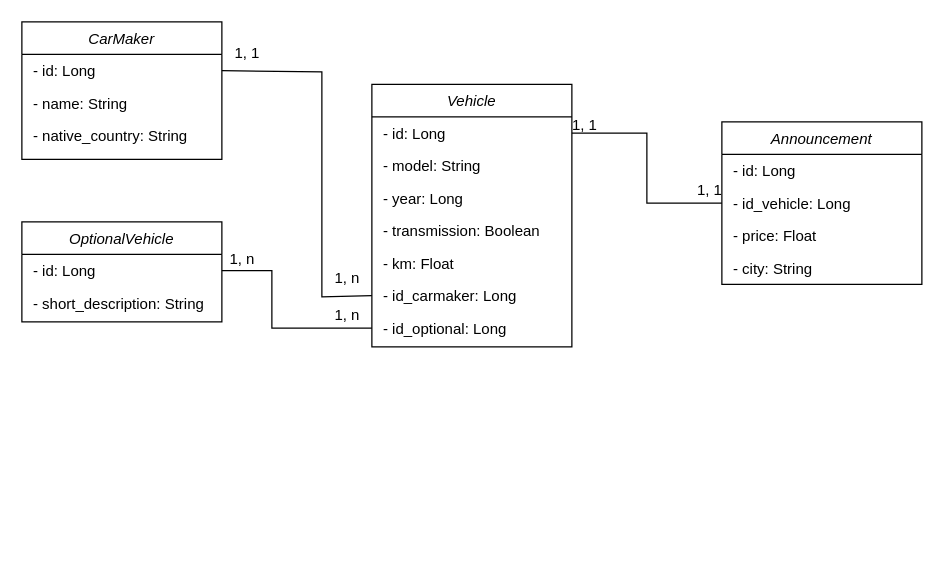
Before: MER_GMOTORS.drawio in nibiroo/GMotors, a draw.io diagram. Source tidied: cells renumbered, new cells numbered last; positions are measured from the earlier drawing's top-left corner, leaving out a move shared by most shapes. Both pictures are drawn from the tidied source at 125%, with x=0, y=0 at pixel (21, 21).
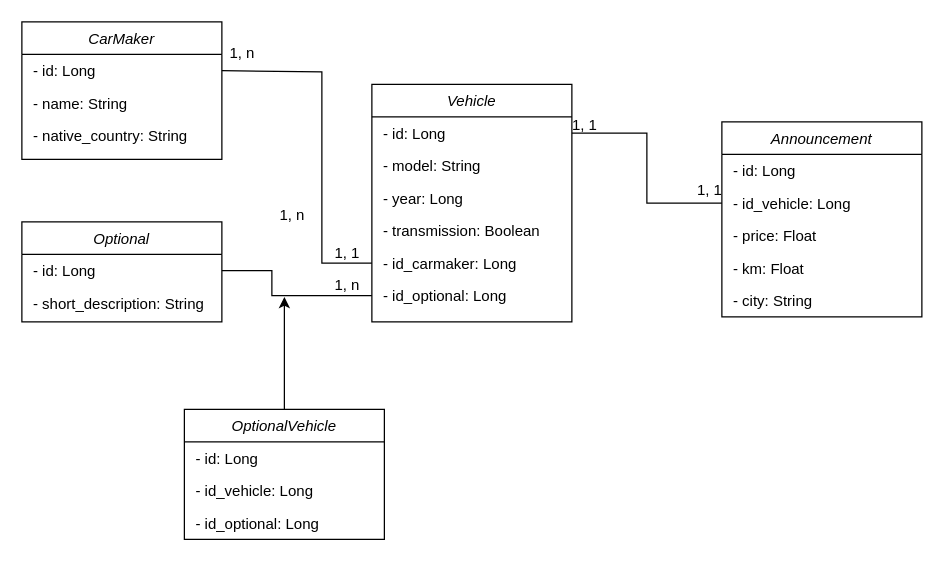
The same diagram, later.

Unchanged cells that the change refers to:
```xml
<mxCell id="3" value=" - id: Long" style="text;align=left;verticalAlign=top;spacingLeft=4;spacingRight=4;overflow=hidden;points=[[0,0.5],[1,0.5]];portConstraint=eastwest;" parent="2" vertex="1">
  <mxGeometry y="26" width="160" height="26" as="geometry" />
</mxCell>
<mxCell id="15" value=" - id: Long" style="text;align=left;verticalAlign=top;spacingLeft=4;spacingRight=4;overflow=hidden;points=[[0,0.5],[1,0.5]];portConstraint=eastwest;" parent="14" vertex="1">
  <mxGeometry y="26" width="160" height="26" as="geometry" />
</mxCell>
```

What changed in the source:
```diff
@@
     <mxCell id="6" value="Vehicle" style="swimlane;fontStyle=2;align=center;verticalAlign=top;horizontal=1;startSize=26;rounded=0;shadow=0;strokeWidth=1;" parent="1" vertex="1">
-      <mxGeometry x="280" y="50" width="160" height="210" as="geometry" />
+      <mxGeometry x="280" y="50" width="160" height="190" as="geometry" />
     </mxCell>
@@
-    <mxCell id="11" value=" - km: Float" style="text;align=left;verticalAlign=top;spacingLeft=4;spacingRight=4;overflow=hidden;rounded=0;shadow=0;html=0;" parent="6" vertex="1">
-      <mxGeometry y="130" width="160" height="26" as="geometry" />
-    </mxCell>
     <mxCell id="12" value=" - id_carmaker: Long" style="text;align=left;verticalAlign=top;spacingLeft=4;spacingRight=4;overflow=hidden;points=[[0,0.5],[1,0.5]];portConstraint=eastwest;rounded=0;shadow=0;html=0;" parent="6" vertex="1">
-      <mxGeometry y="156" width="160" height="26" as="geometry" />
+      <mxGeometry y="130" width="160" height="26" as="geometry" />
     </mxCell>
     <mxCell id="13" value=" - id_optional: Long" style="text;align=left;verticalAlign=top;spacingLeft=4;spacingRight=4;overflow=hidden;points=[[0,0.5],[1,0.5]];portConstraint=eastwest;rounded=0;shadow=0;html=0;" parent="6" vertex="1">
-      <mxGeometry y="182" width="160" height="26" as="geometry" />
+      <mxGeometry y="156" width="160" height="26" as="geometry" />
     </mxCell>
-    <mxCell id="14" value="OptionalVehicle" style="swimlane;fontStyle=2;align=center;verticalAlign=top;horizontal=1;startSize=26;rounded=0;shadow=0;strokeWidth=1;" parent="1" vertex="1">
+    <mxCell id="14" value="Optional" style="swimlane;fontStyle=2;align=center;verticalAlign=top;horizontal=1;startSize=26;rounded=0;shadow=0;strokeWidth=1;" parent="1" vertex="1">
       <mxGeometry y="160" width="160" height="80" as="geometry" />
     </mxCell>
@@
     <mxCell id="17" value="Announcement" style="swimlane;fontStyle=2;align=center;verticalAlign=top;horizontal=1;startSize=26;rounded=0;shadow=0;strokeWidth=1;" parent="1" vertex="1">
-      <mxGeometry x="560" y="80" width="160" height="130" as="geometry" />
+      <mxGeometry x="560" y="80" width="160" height="156" as="geometry" />
     </mxCell>
@@
+    <mxCell id="11" value=" - km: Float" style="text;align=left;verticalAlign=top;spacingLeft=4;spacingRight=4;overflow=hidden;rounded=0;shadow=0;html=0;" parent="17" vertex="1">
+      <mxGeometry y="104" width="160" height="26" as="geometry" />
+    </mxCell>
     <mxCell id="21" value=" - city: String" style="text;align=left;verticalAlign=top;spacingLeft=4;spacingRight=4;overflow=hidden;rounded=0;shadow=0;html=0;" parent="17" vertex="1">
-      <mxGeometry y="104" width="160" height="26" as="geometry" />
+      <mxGeometry y="130" width="160" height="26" as="geometry" />
     </mxCell>
     <mxCell id="22" style="endArrow=none;html=1;rounded=0;exitX=1;exitY=0.5;exitDx=0;exitDy=0;entryX=0;entryY=0.5;entryDx=0;entryDy=0;endFill=0;" parent="1" edge="1" source="3" target="12">
       <mxGeometry relative="1" as="geometry">
         <Array as="points">
           <mxPoint x="240" y="40" />
-          <mxPoint x="240" y="220" />
+          <mxPoint x="240" y="193" />
         </Array>
       </mxGeometry>
     </mxCell>
     <mxCell id="23" style="edgeStyle=orthogonalEdgeStyle;rounded=0;jettySize=auto;html=1;exitX=1;exitY=0.5;exitDx=0;exitDy=0;entryX=0;entryY=0.5;entryDx=0;entryDy=0;endArrow=none;endFill=0;" parent="1" edge="1" source="15" target="13">
       <mxGeometry relative="1" as="geometry">
         <Array as="points">
           <mxPoint x="200" y="199" />
-          <mxPoint x="200" y="245" />
+          <mxPoint x="200" y="219" />
         </Array>
       </mxGeometry>
     </mxCell>
@@
     <mxCell id="25" value="1, n" style="text;html=1;align=center;verticalAlign=middle;strokeColor=none;fillColor=none;" parent="1" vertex="1">
-      <mxGeometry x="240" y="190" width="40" height="30" as="geometry" />
+      <mxGeometry x="156" y="10" width="40" height="30" as="geometry" />
     </mxCell>
     <mxCell id="26" value="1, 1" style="text;html=1;align=center;verticalAlign=middle;strokeColor=none;fillColor=none;" parent="1" vertex="1">
-      <mxGeometry x="160" y="10" width="40" height="30" as="geometry" />
+      <mxGeometry x="240" y="170" width="40" height="30" as="geometry" />
     </mxCell>
     <mxCell id="27" value="1, n" style="text;html=1;align=center;verticalAlign=middle;strokeColor=none;fillColor=none;" parent="1" vertex="1">
-      <mxGeometry x="240" y="220" width="40" height="30" as="geometry" />
+      <mxGeometry x="196" y="140" width="40" height="30" as="geometry" />
     </mxCell>
     <mxCell id="28" value="1, n" style="text;html=1;align=center;verticalAlign=middle;strokeColor=none;fillColor=none;" parent="1" vertex="1">
-      <mxGeometry x="156" y="175" width="40" height="30" as="geometry" />
+      <mxGeometry x="240" y="196" width="40" height="30" as="geometry" />
     </mxCell>
@@
+    <mxCell id="31" style="edgeStyle=orthogonalEdgeStyle;rounded=0;jettySize=auto;html=1;exitX=0.5;exitY=0;exitDx=0;exitDy=0;" parent="1" edge="1" source="32">
+      <mxGeometry relative="1" as="geometry">
+        <mxPoint x="210" y="220" as="targetPoint" />
+      </mxGeometry>
+    </mxCell>
+    <mxCell id="32" value="OptionalVehicle" style="swimlane;fontStyle=2;align=center;verticalAlign=top;horizontal=1;startSize=26;rounded=0;shadow=0;strokeWidth=1;" parent="1" vertex="1">
+      <mxGeometry x="130" y="310" width="160" height="104" as="geometry" />
+    </mxCell>
+    <mxCell id="33" value=" - id: Long" style="text;align=left;verticalAlign=top;spacingLeft=4;spacingRight=4;overflow=hidden;" parent="32" vertex="1">
+      <mxGeometry y="26" width="160" height="26" as="geometry" />
+    </mxCell>
+    <mxCell id="34" value=" - id_vehicle: Long" style="text;align=left;verticalAlign=top;spacingLeft=4;spacingRight=4;overflow=hidden;rounded=0;shadow=0;html=0;" parent="32" vertex="1">
+      <mxGeometry y="52" width="160" height="26" as="geometry" />
+    </mxCell>
+    <mxCell id="35" value=" - id_optional: Long" style="text;align=left;verticalAlign=top;spacingLeft=4;spacingRight=4;overflow=hidden;rounded=0;shadow=0;html=0;" parent="32" vertex="1">
+      <mxGeometry y="78" width="160" height="26" as="geometry" />
+    </mxCell>
```
